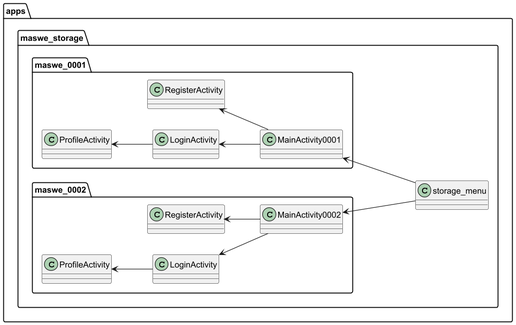
The PlantUML diagram dev_documents/BA_Thesis_Kronig/figures/design/feature_oriented_approach_uml.png in domi-cmd/Reference_Application_for_OWASP_MASTG, before a commit. Source of this version:
```plantuml
@startuml
left to right direction
skinparam classAttributeIconSize 0
skinparam dpi 300
skinparam linetype poly

package "apps"{
    package maswe_storage{
        class storage_menu

        package maswe_0001{
            class MainActivity0001
            class RegisterActivity
            class LoginActivity
            class ProfileActivity
        }

        package maswe_0002{
            class MainActivity0002
            class regist2 as "RegisterActivity"
            class login2 as "LoginActivity"
            class profile2 as "ProfileActivity"
        }

        package maswe_0002{
           class MainActivity0002
           class regist2 as "RegisterActivity"
           class login2 as "LoginActivity"
           class profile2 as "ProfileActivity"
        }

        package maswe_0002{
           class MainActivity0002
           class regist2 as "RegisterActivity"
           class login2 as "LoginActivity"
           class profile2 as "ProfileActivity"
        }
    }
}


MainActivity0001 <--- storage_menu
RegisterActivity <-- MainActivity0001
LoginActivity <-- MainActivity0001
ProfileActivity <-- LoginActivity

MainActivity0002 <--- storage_menu
regist2 <-- MainActivity0002
login2 <-- MainActivity0002
profile2 <-- login2



@enduml
```
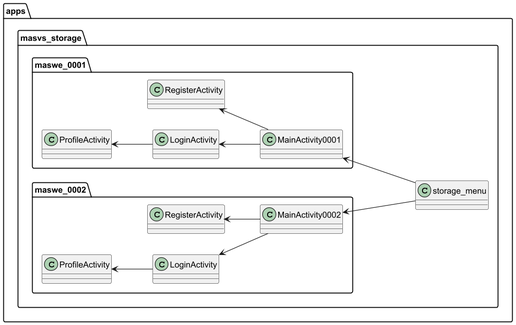
Later version of the same file.

The edit, as a diff of the source:
```diff
@@ -5,7 +5,7 @@
 skinparam linetype poly
 
 package "apps"{
-    package maswe_storage{
+    package masvs_storage{
         class storage_menu
 
         package maswe_0001{
```
